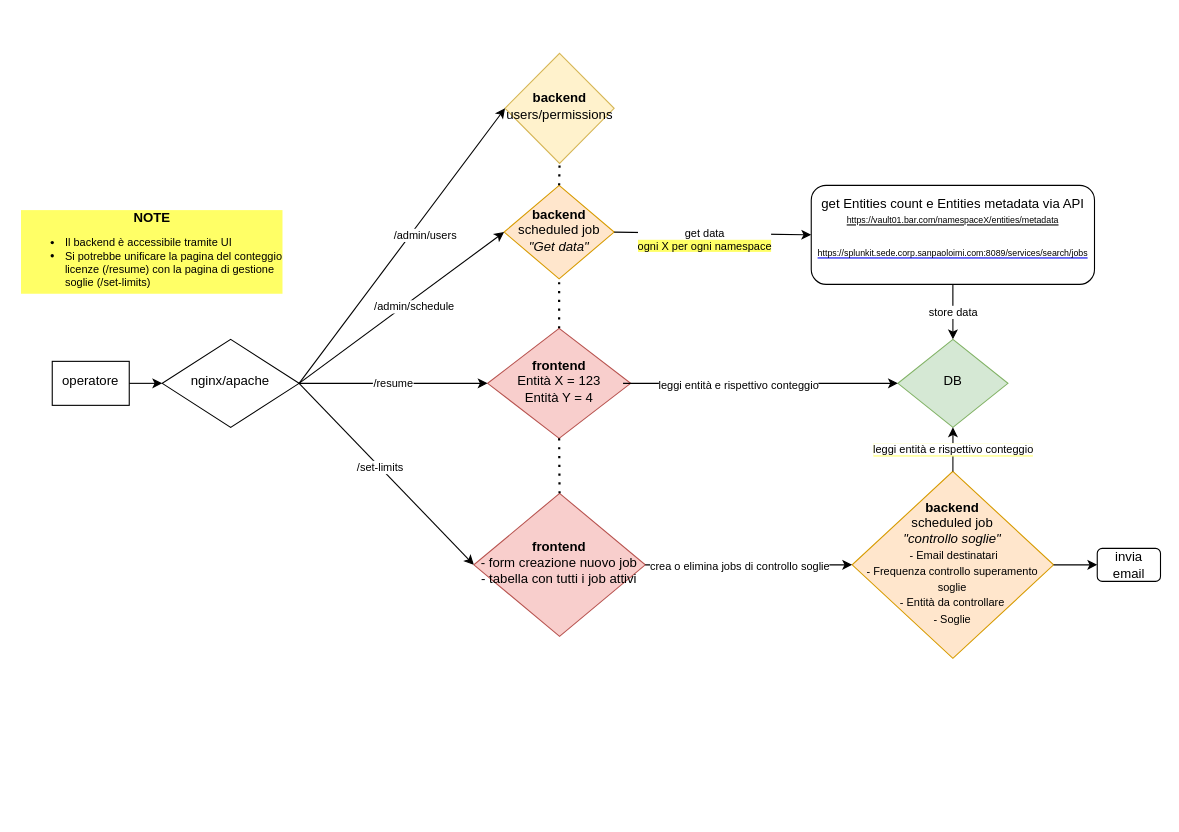
Earlier version of the draw.io diagram app_vault_entities.drawio (escomputers/hc_vault). Source tidied: cells renumbered, new cells numbered last; positions are measured from the earlier drawing's top-left corner, leaving out a move shared by most shapes. Both pictures are drawn from the tidied source at 110%, with x=0, y=0 at pixel (19, 53).
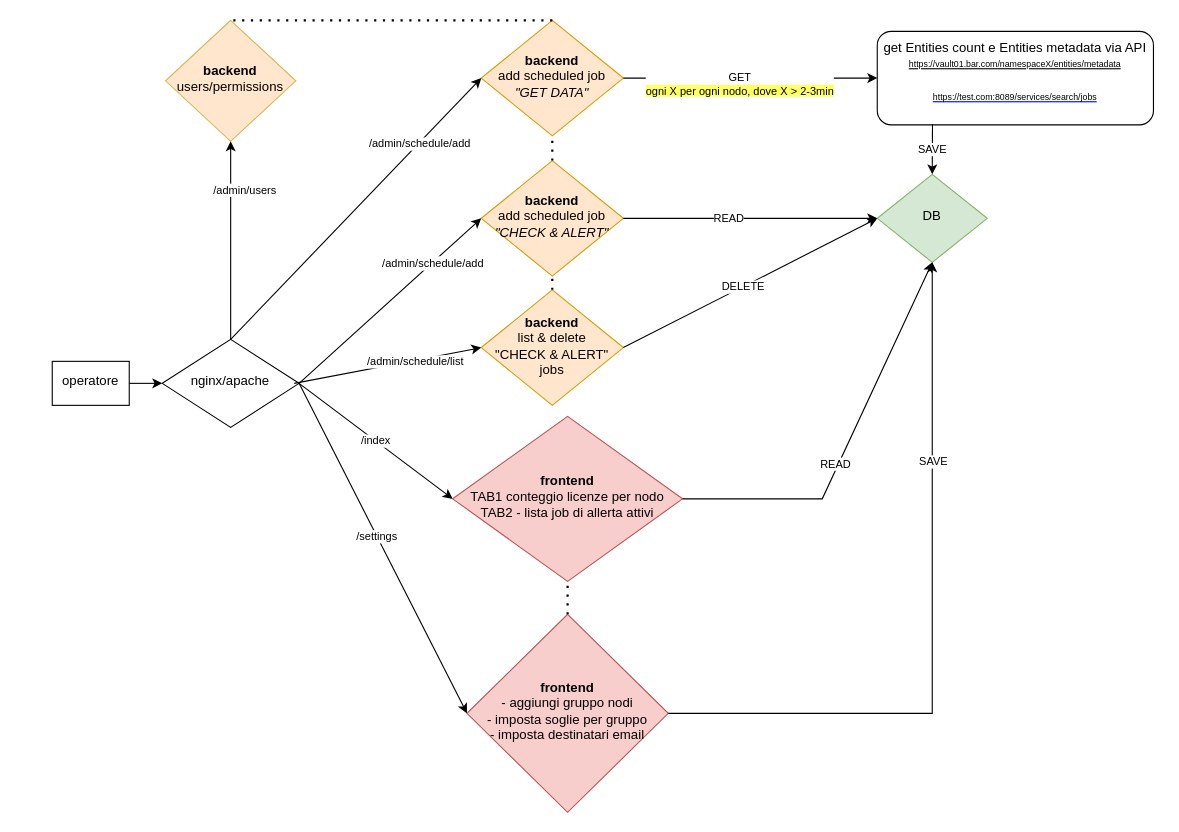
After the change.

Commit message (it also covers changes not shown here):
settings form navigation

Unchanged cells that the change refers to:
```xml
<mxCell id="6" value="nginx/apache" style="rhombus;whiteSpace=wrap;html=1;shadow=0;fontFamily=Helvetica;fontSize=12;align=center;strokeWidth=1;spacing=6;spacingTop=-4;" parent="1" vertex="1">
  <mxGeometry x="130" y="260" width="124.4" height="80" as="geometry" />
</mxCell>
<mxCell id="16" style="endArrow=classic;html=1;rounded=0;labelBackgroundColor=#FFFF66;fontSize=8;fontColor=#000000;exitX=1;exitY=0.5;exitDx=0;exitDy=0;entryX=0;entryY=0.5;entryDx=0;entryDy=0;" parent="1" edge="1" source="6" target="18">
  <mxGeometry relative="1" as="geometry" />
</mxCell>
```

The edit, as a diff of the source:
```diff
@@
-    <mxCell id="2" value="get Entities count e Entities metadata via API&lt;br&gt;&lt;font style=&quot;font-size: 8px;&quot;&gt;&lt;u&gt;https://vault01.bar.com/namespaceX/entities/metadata&lt;/u&gt;&lt;/font&gt;&lt;br&gt;&lt;p style=&quot;background:white&quot; class=&quot;MsoNormal&quot;&gt;&lt;a style=&quot;&quot; href=&quot;https://splunkit.sede.corp.sanpaoloimi.com:8089/services/search/jobs&quot;&gt;&lt;font color=&quot;#000000&quot; style=&quot;font-size: 8px;&quot;&gt;https://splunkit.sede.corp.sanpaoloimi.com:8089/services/search/jobs&lt;/font&gt;&lt;/a&gt;&lt;span style=&quot;font-size: 12pt;&quot;&gt;&lt;/span&gt;&lt;/p&gt;" style="rounded=1;whiteSpace=wrap;html=1;fontSize=12;glass=0;strokeWidth=1;shadow=0;" parent="1" vertex="1">
-      <mxGeometry x="720" y="120" width="257.5" height="90" as="geometry" />
+    <mxCell id="2" value="get Entities count e Entities metadata via API&lt;br&gt;&lt;font style=&quot;font-size: 8px;&quot;&gt;&lt;u&gt;https://vault01.bar.com/namespaceX/entities/metadata&lt;/u&gt;&lt;/font&gt;&lt;br&gt;&lt;p style=&quot;background:white&quot; class=&quot;MsoNormal&quot;&gt;&lt;a style=&quot;&quot; href=&quot;https://splunkit.sede.corp.sanpaoloimi.com:8089/services/search/jobs&quot;&gt;&lt;font color=&quot;#000000&quot; style=&quot;font-size: 8px;&quot;&gt;https://test.com:8089/services/search/jobs&lt;/font&gt;&lt;/a&gt;&lt;span style=&quot;font-size: 12pt;&quot;&gt;&lt;/span&gt;&lt;/p&gt;" style="rounded=1;whiteSpace=wrap;html=1;fontSize=12;glass=0;strokeWidth=1;shadow=0;" parent="1" vertex="1">
+      <mxGeometry x="780" y="-20" width="251.1" height="85" as="geometry" />
     </mxCell>
-    <mxCell id="3" value="&lt;b&gt;backend&lt;/b&gt;&lt;br&gt;scheduled job&lt;br&gt;&lt;i&gt;&quot;Get data&quot;&lt;/i&gt;" style="rhombus;whiteSpace=wrap;html=1;shadow=0;fontFamily=Helvetica;fontSize=12;align=center;strokeWidth=1;spacing=6;spacingTop=-4;fillColor=#ffe6cc;strokeColor=#d79b00;" parent="1" vertex="1">
-      <mxGeometry x="440.8" y="120" width="100" height="85" as="geometry" />
+    <mxCell id="3" value="&lt;b&gt;backend&lt;/b&gt;&lt;br&gt;add scheduled job&lt;br&gt;&lt;i&gt;&quot;GET DATA&quot;&lt;/i&gt;" style="rhombus;whiteSpace=wrap;html=1;shadow=0;fontFamily=Helvetica;fontSize=12;align=center;strokeWidth=1;spacing=6;spacingTop=-4;fillColor=#ffe6cc;strokeColor=#d79b00;" parent="1" vertex="1">
+      <mxGeometry x="420" y="-30" width="129.2" height="105" as="geometry" />
     </mxCell>
     <mxCell id="4" value="DB" style="rhombus;whiteSpace=wrap;html=1;shadow=0;fontFamily=Helvetica;fontSize=12;align=center;strokeWidth=1;spacing=6;spacingTop=-4;fillColor=#d5e8d4;strokeColor=#82b366;" parent="1" vertex="1">
-      <mxGeometry x="798.8" y="260" width="100" height="80" as="geometry" />
+      <mxGeometry x="780" y="110" width="100" height="80" as="geometry" />
     </mxCell>
-    <mxCell id="5" value="&lt;font style=&quot;font-size: 10px;&quot;&gt;get data&lt;br&gt;&lt;span style=&quot;background-color: rgb(255, 255, 102);&quot;&gt;ogni X per ogni namespace&lt;/span&gt;&lt;/font&gt;" style="endArrow=classic;html=1;rounded=0;fontSize=8;fontColor=#000000;entryX=0;entryY=0.5;entryDx=0;entryDy=0;exitX=1;exitY=0.5;exitDx=0;exitDy=0;" parent="1" edge="1" source="3" target="2">
+    <mxCell id="5" value="&lt;font style=&quot;font-size: 10px;&quot;&gt;GET&lt;br&gt;&lt;span style=&quot;background-color: rgb(255, 255, 102);&quot;&gt;ogni X per ogni nodo, dove X &amp;gt; 2-3min&lt;/span&gt;&lt;/font&gt;" style="endArrow=classic;html=1;rounded=0;fontSize=8;fontColor=#000000;entryX=0;entryY=0.5;entryDx=0;entryDy=0;exitX=1;exitY=0.5;exitDx=0;exitDy=0;" parent="1" edge="1" source="3" target="2">
       <mxGeometry x="-0.08" y="-5" relative="1" as="geometry" />
     </mxCell>
@@
-    <mxCell id="7" value="&lt;font style=&quot;font-size: 10px;&quot;&gt;store data&lt;/font&gt;" style="endArrow=classic;html=1;rounded=0;fontSize=8;fontColor=#000000;exitX=0.5;exitY=1;exitDx=0;exitDy=0;entryX=0.5;entryY=0;entryDx=0;entryDy=0;" parent="1" edge="1" source="2" target="4">
+    <mxCell id="7" value="&lt;font style=&quot;font-size: 10px;&quot;&gt;SAVE&lt;/font&gt;" style="endArrow=classic;html=1;rounded=0;fontSize=8;fontColor=#000000;entryX=0.5;entryY=0;entryDx=0;entryDy=0;exitX=0.2;exitY=0.992;exitDx=0;exitDy=0;exitPerimeter=0;" parent="1" edge="1" source="2" target="4">
       <mxGeometry relative="1" as="geometry" />
     </mxCell>
@@
-    <mxCell id="9" value="&lt;b&gt;frontend&lt;br&gt;&lt;/b&gt;Entità X = 123&lt;br&gt;Entità Y = 4" style="rhombus;whiteSpace=wrap;html=1;shadow=0;fontFamily=Helvetica;fontSize=12;align=center;strokeWidth=1;spacing=6;spacingTop=-4;fillColor=#f8cecc;strokeColor=#b85450;" parent="1" vertex="1">
-      <mxGeometry x="425.8" y="250" width="130" height="100" as="geometry" />
+    <mxCell id="9" value="&lt;b&gt;frontend&lt;br&gt;&lt;/b&gt;TAB1 conteggio licenze per nodo&lt;br&gt;TAB2 - lista job di allerta attivi" style="rhombus;whiteSpace=wrap;html=1;shadow=0;fontFamily=Helvetica;fontSize=12;align=center;strokeWidth=1;spacing=6;spacingTop=-4;fillColor=#f8cecc;strokeColor=#b85450;" parent="1" vertex="1">
+      <mxGeometry x="394" y="330" width="209" height="150" as="geometry" />
     </mxCell>
-    <mxCell id="10" style="endArrow=classic;html=1;rounded=0;fontSize=8;fontColor=#000000;entryX=0;entryY=0.5;entryDx=0;entryDy=0;exitX=0.947;exitY=0.5;exitDx=0;exitDy=0;exitPerimeter=0;" parent="1" edge="1" source="9" target="4">
-      <mxGeometry relative="1" as="geometry" />
+    <mxCell id="10" style="endArrow=classic;html=1;rounded=0;fontSize=8;fontColor=#000000;exitX=1;exitY=0.5;exitDx=0;exitDy=0;entryX=0.5;entryY=1;entryDx=0;entryDy=0;" parent="1" edge="1" source="9" target="4">
+      <mxGeometry relative="1" as="geometry">
+        <Array as="points">
+          <mxPoint x="730" y="405" />
+        </Array>
+      </mxGeometry>
     </mxCell>
-    <mxCell id="11" value="&lt;span style=&quot;font-size: 10px;&quot;&gt;leggi entità e rispettivo conteggio&lt;/span&gt;" style="edgeLabel;html=1;align=center;verticalAlign=middle;fontSize=8;fontColor=#000000;" parent="10" vertex="1">
-      <mxGeometry x="-0.16" y="-1" relative="1" as="geometry" />
+    <mxCell id="11" value="&lt;span style=&quot;font-size: 10px;&quot;&gt;READ&lt;/span&gt;" style="edgeLabel;html=1;align=center;verticalAlign=middle;fontSize=8;fontColor=#000000;" parent="10" vertex="1">
+      <mxGeometry x="-0.16" y="-1" relative="1" as="geometry">
+        <mxPoint y="-9" as="offset" />
+      </mxGeometry>
     </mxCell>
-    <mxCell id="12" style="endArrow=none;dashed=1;html=1;dashPattern=1 3;strokeWidth=2;rounded=0;fontSize=8;fontColor=#000000;exitX=0.5;exitY=0;exitDx=0;exitDy=0;entryX=0.5;entryY=1;entryDx=0;entryDy=0;" parent="1" edge="1" source="9" target="3">
-      <mxGeometry relative="1" as="geometry" />
-    </mxCell>
-    <mxCell id="13" value="&lt;font style=&quot;font-size: 10px;&quot;&gt;/admin/schedule&lt;/font&gt;" style="endArrow=classic;html=1;rounded=0;fontSize=8;fontColor=#000000;entryX=0;entryY=0.5;entryDx=0;entryDy=0;exitX=1;exitY=0.5;exitDx=0;exitDy=0;" parent="1" edge="1" source="6" target="3">
-      <mxGeometry x="0.09" y="-6" relative="1" as="geometry" />
+    <mxCell id="13" value="&lt;font style=&quot;font-size: 10px;&quot;&gt;/admin/schedule/add&lt;/font&gt;" style="endArrow=classic;html=1;rounded=0;fontSize=8;fontColor=#000000;exitX=0.5;exitY=0;exitDx=0;exitDy=0;entryX=0;entryY=0.5;entryDx=0;entryDy=0;" parent="1" edge="1" source="6" target="3">
+      <mxGeometry x="0.5" y="-1" relative="1" as="geometry" />
     </mxCell>
-    <mxCell id="14" value="&lt;font style=&quot;font-size: 10px;&quot;&gt;/resume&lt;/font&gt;" style="endArrow=classic;html=1;rounded=0;fontSize=8;fontColor=#000000;entryX=0;entryY=0.5;entryDx=0;entryDy=0;exitX=1;exitY=0.5;exitDx=0;exitDy=0;" parent="1" edge="1" source="6" target="9">
+    <mxCell id="14" value="&lt;font style=&quot;font-size: 10px;&quot;&gt;/index&lt;br&gt;&lt;/font&gt;" style="endArrow=classic;html=1;rounded=0;fontSize=8;fontColor=#000000;entryX=0;entryY=0.5;entryDx=0;entryDy=0;exitX=1;exitY=0.5;exitDx=0;exitDy=0;" parent="1" edge="1" source="6" target="9">
       <mxGeometry relative="1" as="geometry" />
     </mxCell>
@@
-    <mxCell id="17" value="&lt;font style=&quot;font-size: 10px;&quot;&gt;/set-limits&lt;/font&gt;" style="edgeLabel;html=1;align=center;verticalAlign=middle;fontSize=8;fontColor=#000000;" parent="16" vertex="1">
+    <mxCell id="17" value="&lt;font style=&quot;font-size: 10px;&quot;&gt;/settings&lt;/font&gt;" style="edgeLabel;html=1;align=center;verticalAlign=middle;fontSize=8;fontColor=#000000;" parent="16" vertex="1">
       <mxGeometry x="-0.08" relative="1" as="geometry" />
     </mxCell>
-    <mxCell id="18" value="&lt;b&gt;frontend&lt;/b&gt;&lt;br&gt;- form creazione nuovo job&lt;br&gt;- tabella con tutti i job attivi" style="rhombus;whiteSpace=wrap;html=1;shadow=0;fontFamily=Helvetica;fontSize=12;align=center;strokeWidth=1;spacing=6;spacingTop=-4;fillColor=#f8cecc;strokeColor=#b85450;" parent="1" vertex="1">
-      <mxGeometry x="413.3" y="400" width="155.8" height="130" as="geometry" />
+    <mxCell id="18" value="&lt;b&gt;frontend&lt;/b&gt;&lt;br&gt;- aggiungi gruppo nodi&lt;br&gt;- imposta soglie per gruppo&lt;br&gt;- imposta destinatari email" style="rhombus;whiteSpace=wrap;html=1;shadow=0;fontFamily=Helvetica;fontSize=12;align=center;strokeWidth=1;spacing=6;spacingTop=-4;fillColor=#f8cecc;strokeColor=#b85450;" parent="1" vertex="1">
+      <mxGeometry x="407" y="510" width="183" height="180" as="geometry" />
     </mxCell>
@@
-    <mxCell id="20" value="&lt;b&gt;backend&lt;/b&gt;&lt;br&gt;users/permissions" style="rhombus;whiteSpace=wrap;html=1;shadow=0;fontFamily=Helvetica;fontSize=12;align=center;strokeWidth=1;spacing=6;spacingTop=-4;fillColor=#fff2cc;strokeColor=#d6b656;" parent="1" vertex="1">
-      <mxGeometry x="441.6" width="99.2" height="100" as="geometry" />
+    <mxCell id="20" value="&lt;b&gt;backend&lt;/b&gt;&lt;br&gt;users/permissions" style="rhombus;whiteSpace=wrap;html=1;shadow=0;fontFamily=Helvetica;fontSize=12;align=center;strokeWidth=1;spacing=6;spacingTop=-4;fillColor=#ffe6cc;strokeColor=#d6b656;" parent="1" vertex="1">
+      <mxGeometry x="133" y="-30" width="118.4" height="110" as="geometry" />
     </mxCell>
-    <mxCell id="21" style="endArrow=none;dashed=1;html=1;dashPattern=1 3;strokeWidth=2;rounded=0;fontSize=8;fontColor=#000000;entryX=0.5;entryY=1;entryDx=0;entryDy=0;exitX=0.5;exitY=0;exitDx=0;exitDy=0;" parent="1" edge="1" source="3" target="20">
+    <mxCell id="21" style="endArrow=none;dashed=1;html=1;dashPattern=1 3;strokeWidth=2;rounded=0;fontSize=8;fontColor=#000000;entryX=0.5;entryY=0;entryDx=0;entryDy=0;exitX=0.5;exitY=0;exitDx=0;exitDy=0;" parent="1" edge="1" source="3" target="20">
       <mxGeometry relative="1" as="geometry" />
     </mxCell>
-    <mxCell id="22" style="endArrow=classic;html=1;rounded=0;labelBackgroundColor=#FFFF66;fontSize=8;fontColor=#000000;entryX=0;entryY=0.5;entryDx=0;entryDy=0;exitX=1;exitY=0.5;exitDx=0;exitDy=0;" parent="1" edge="1" source="6" target="20">
+    <mxCell id="22" style="endArrow=classic;html=1;rounded=0;labelBackgroundColor=#FFFF66;fontSize=8;fontColor=#000000;entryX=0.5;entryY=1;entryDx=0;entryDy=0;exitX=0.5;exitY=0;exitDx=0;exitDy=0;" parent="1" edge="1" source="6" target="20">
       <mxGeometry relative="1" as="geometry" />
     </mxCell>
     <mxCell id="23" value="&lt;font style=&quot;font-size: 10px;&quot;&gt;/admin/users&lt;/font&gt;" style="edgeLabel;html=1;align=center;verticalAlign=middle;fontSize=8;fontColor=#000000;" parent="22" vertex="1">
       <mxGeometry x="0.08" y="2" relative="1" as="geometry">
-        <mxPoint x="14" y="1" as="offset" />
+        <mxPoint x="14" y="-40" as="offset" />
       </mxGeometry>
     </mxCell>
-    <mxCell id="24" value="&lt;b&gt;backend&lt;/b&gt;&lt;br&gt;scheduled job&lt;br&gt;&lt;i&gt;&quot;controllo soglie&quot;&lt;/i&gt;&lt;br&gt;&lt;span style=&quot;font-size: 10px; background-color: initial;&quot;&gt;&amp;nbsp;- Email destinatari&lt;br&gt;- Frequenza controllo superamento soglie&lt;br&gt;- Entità da controllare&lt;br&gt;- Soglie&lt;br&gt;&lt;/span&gt;" style="rhombus;whiteSpace=wrap;html=1;shadow=0;fontFamily=Helvetica;fontSize=12;align=center;strokeWidth=1;spacing=6;spacingTop=-4;fillColor=#ffe6cc;strokeColor=#d79b00;" parent="1" vertex="1">
-      <mxGeometry x="757.2" y="380" width="183.1" height="170" as="geometry" />
-    </mxCell>
-    <mxCell id="25" style="endArrow=classic;html=1;rounded=0;labelBackgroundColor=#FFFF66;fontSize=8;fontColor=#000000;exitX=1;exitY=0.5;exitDx=0;exitDy=0;entryX=0;entryY=0.5;entryDx=0;entryDy=0;" parent="1" edge="1" source="18" target="24">
-      <mxGeometry relative="1" as="geometry" />
+    <mxCell id="25" style="endArrow=classic;html=1;rounded=0;labelBackgroundColor=#FFFF66;fontSize=8;fontColor=#000000;exitX=1;exitY=0.5;exitDx=0;exitDy=0;entryX=0.5;entryY=1;entryDx=0;entryDy=0;" parent="1" edge="1" source="18" target="4">
+      <mxGeometry relative="1" as="geometry">
+        <Array as="points">
+          <mxPoint x="830" y="600" />
+        </Array>
+      </mxGeometry>
     </mxCell>
-    <mxCell id="26" value="&lt;font style=&quot;font-size: 10px;&quot;&gt;crea o elimina jobs di controllo soglie&lt;/font&gt;" style="edgeLabel;html=1;align=center;verticalAlign=middle;fontSize=8;fontColor=#000000;" parent="25" vertex="1">
+    <mxCell id="26" value="&lt;span style=&quot;font-size: 10px;&quot;&gt;SAVE&lt;/span&gt;" style="edgeLabel;html=1;align=center;verticalAlign=middle;fontSize=8;fontColor=#000000;" parent="25" vertex="1">
       <mxGeometry x="-0.23" y="2" relative="1" as="geometry">
-        <mxPoint x="13" y="2" as="offset" />
+        <mxPoint x="2" y="-220" as="offset" />
       </mxGeometry>
     </mxCell>
-    <mxCell id="27" value="&lt;span style=&quot;font-size: 10px; background-color: rgb(255, 255, 255);&quot;&gt;leggi entità e rispettivo conteggio&lt;/span&gt;" style="endArrow=classic;html=1;rounded=0;labelBackgroundColor=#FFFF66;fontSize=8;fontColor=#000000;entryX=0.5;entryY=1;entryDx=0;entryDy=0;" parent="1" edge="1" source="24" target="4">
-      <mxGeometry relative="1" as="geometry" />
-    </mxCell>
-    <mxCell id="28" value="&lt;div style=&quot;text-align: center;&quot;&gt;&lt;b&gt;&lt;font style=&quot;font-size: 12px;&quot;&gt;NOTE&lt;/font&gt;&lt;/b&gt;&lt;/div&gt;&lt;ul&gt;&lt;li&gt;Il backend è accessibile tramite UI&lt;/li&gt;&lt;li&gt;Si potrebbe unificare la pagina del conteggio licenze (/resume) con la pagina di gestione soglie (/set-limits)&lt;/li&gt;&lt;/ul&gt;" style="text;strokeColor=none;fillColor=none;html=1;whiteSpace=wrap;verticalAlign=middle;overflow=hidden;rounded=0;labelBackgroundColor=#FFFF66;fontSize=10;fontColor=#000000;align=left;" parent="1" vertex="1">
-      <mxGeometry y="140" width="240" height="80" as="geometry" />
-    </mxCell>
-    <mxCell id="29" style="endArrow=classic;html=1;rounded=0;labelBackgroundColor=#FFFFFF;fontSize=12;fontColor=#000000;exitX=1;exitY=0.5;exitDx=0;exitDy=0;entryX=0;entryY=0.5;entryDx=0;entryDy=0;" parent="1" edge="1" source="24" target="30">
-      <mxGeometry relative="1" as="geometry" />
-    </mxCell>
-    <mxCell id="30" value="invia email" style="rounded=1;whiteSpace=wrap;html=1;fontSize=12;glass=0;strokeWidth=1;shadow=0;" parent="1" vertex="1">
-      <mxGeometry x="980" y="450" width="57.5" height="30" as="geometry" />
-    </mxCell>
+    <mxCell id="31" value="&lt;b&gt;backend&lt;/b&gt;&lt;br&gt;add scheduled job&lt;br&gt;&lt;i&gt;&quot;CHECK &amp;amp; ALERT&quot;&lt;/i&gt;" style="rhombus;whiteSpace=wrap;html=1;shadow=0;fontFamily=Helvetica;fontSize=12;align=center;strokeWidth=1;spacing=6;spacingTop=-4;fillColor=#ffe6cc;strokeColor=#d79b00;" parent="1" vertex="1">
+      <mxGeometry x="420" y="97.5" width="129.2" height="105" as="geometry" />
+    </mxCell>
+    <mxCell id="32" style="endArrow=none;dashed=1;html=1;dashPattern=1 3;strokeWidth=2;rounded=0;fontSize=8;fontColor=#000000;entryX=0.5;entryY=1;entryDx=0;entryDy=0;exitX=0.5;exitY=0;exitDx=0;exitDy=0;" parent="1" edge="1" source="31" target="3">
+      <mxGeometry relative="1" as="geometry" />
+    </mxCell>
+    <mxCell id="33" style="endArrow=classic;html=1;rounded=0;exitX=1;exitY=0.5;exitDx=0;exitDy=0;entryX=0;entryY=0.5;entryDx=0;entryDy=0;" parent="1" edge="1" source="31" target="4">
+      <mxGeometry relative="1" as="geometry" />
+    </mxCell>
+    <mxCell id="34" value="READ" style="edgeLabel;html=1;align=center;verticalAlign=middle;fontSize=10;" parent="33" vertex="1">
+      <mxGeometry x="-0.18" y="1" relative="1" as="geometry" />
+    </mxCell>
+    <mxCell id="35" value="&lt;font style=&quot;font-size: 10px;&quot;&gt;/admin/schedule/add&lt;br&gt;&lt;/font&gt;" style="endArrow=classic;html=1;rounded=0;entryX=0;entryY=0.5;entryDx=0;entryDy=0;" parent="1" edge="1" target="31">
+      <mxGeometry x="0.46" y="-1" relative="1" as="geometry">
+        <mxPoint x="254.4" y="300" as="sourcePoint" />
+      </mxGeometry>
+    </mxCell>
+    <mxCell id="36" value="&lt;b&gt;backend&lt;/b&gt;&lt;br&gt;list &amp;amp; delete &lt;br&gt;&quot;CHECK &amp;amp; ALERT&quot; jobs" style="rhombus;whiteSpace=wrap;html=1;shadow=0;fontFamily=Helvetica;fontSize=12;align=center;strokeWidth=1;spacing=6;spacingTop=-4;fillColor=#ffe6cc;strokeColor=#d79b00;" parent="1" vertex="1">
+      <mxGeometry x="420" y="215" width="129.2" height="105" as="geometry" />
+    </mxCell>
+    <mxCell id="37" style="endArrow=none;dashed=1;html=1;dashPattern=1 3;strokeWidth=2;rounded=0;fontSize=8;fontColor=#000000;entryX=0.5;entryY=1;entryDx=0;entryDy=0;exitX=0.5;exitY=0;exitDx=0;exitDy=0;" parent="1" edge="1" source="36" target="31">
+      <mxGeometry relative="1" as="geometry" />
+    </mxCell>
+    <mxCell id="38" style="endArrow=classic;html=1;rounded=0;fontSize=10;exitX=1;exitY=0.5;exitDx=0;exitDy=0;entryX=0;entryY=0.5;entryDx=0;entryDy=0;" parent="1" edge="1" source="36" target="4">
+      <mxGeometry relative="1" as="geometry" />
+    </mxCell>
+    <mxCell id="39" value="DELETE" style="edgeLabel;html=1;align=center;verticalAlign=middle;fontSize=10;" parent="38" vertex="1">
+      <mxGeometry x="-0.06" y="1" relative="1" as="geometry" />
+    </mxCell>
+    <mxCell id="40" value="/admin/schedule/list" style="endArrow=classic;html=1;rounded=0;fontSize=10;entryX=0;entryY=0.5;entryDx=0;entryDy=0;" parent="1" edge="1" target="36">
+      <mxGeometry x="0.29" y="-1" relative="1" as="geometry">
+        <mxPoint x="250" y="300" as="sourcePoint" />
+      </mxGeometry>
+    </mxCell>
```
